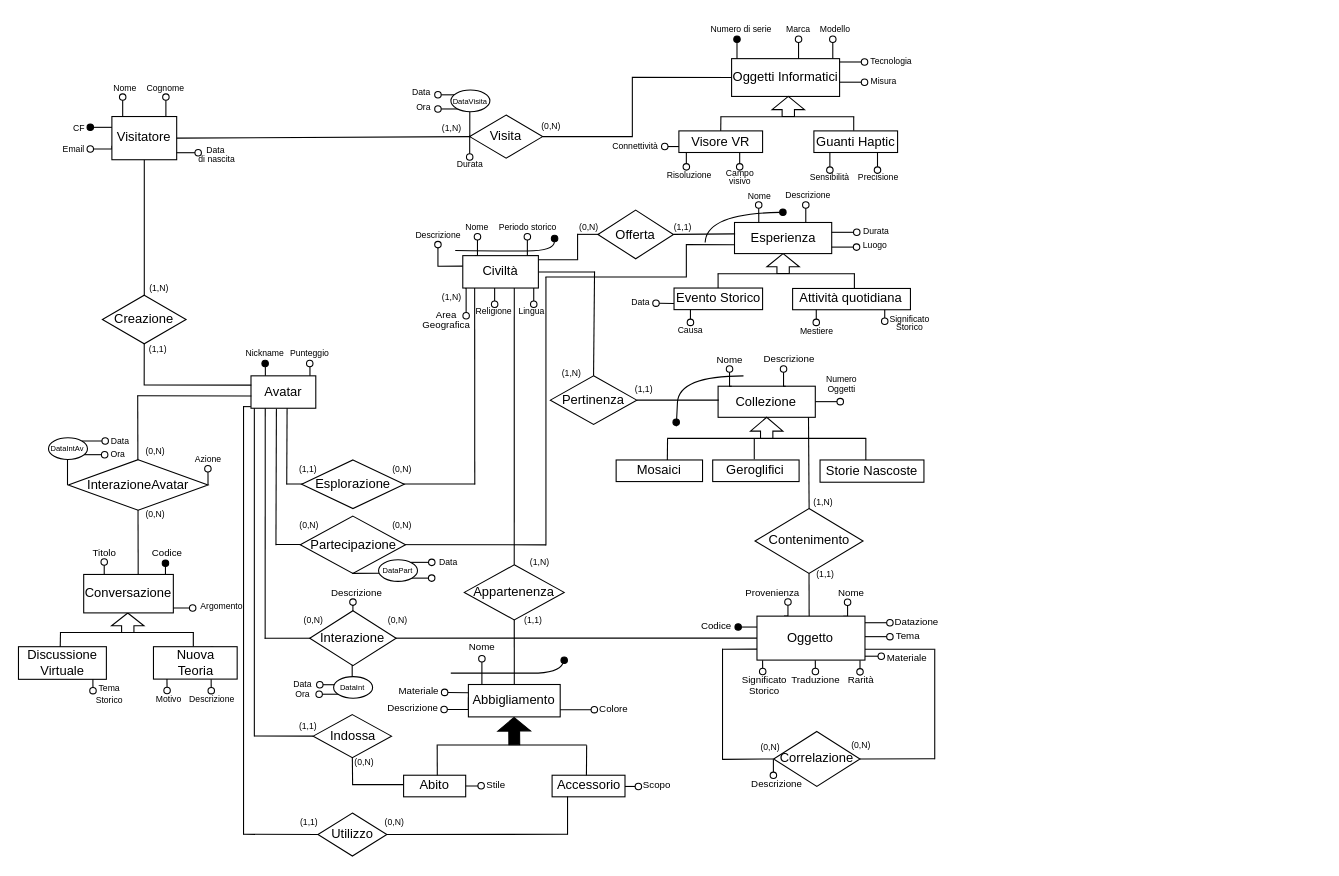
Before: WP1/ER canonico.drawio in pnocerino/BasiDiDati, a draw.io diagram. Source tidied: cells renumbered, new cells numbered last; positions are measured from the earlier drawing's top-left corner, leaving out a move shared by most shapes. Both pictures are drawn from the tidied source at 108%, with x=0, y=0 at pixel (18, 17).
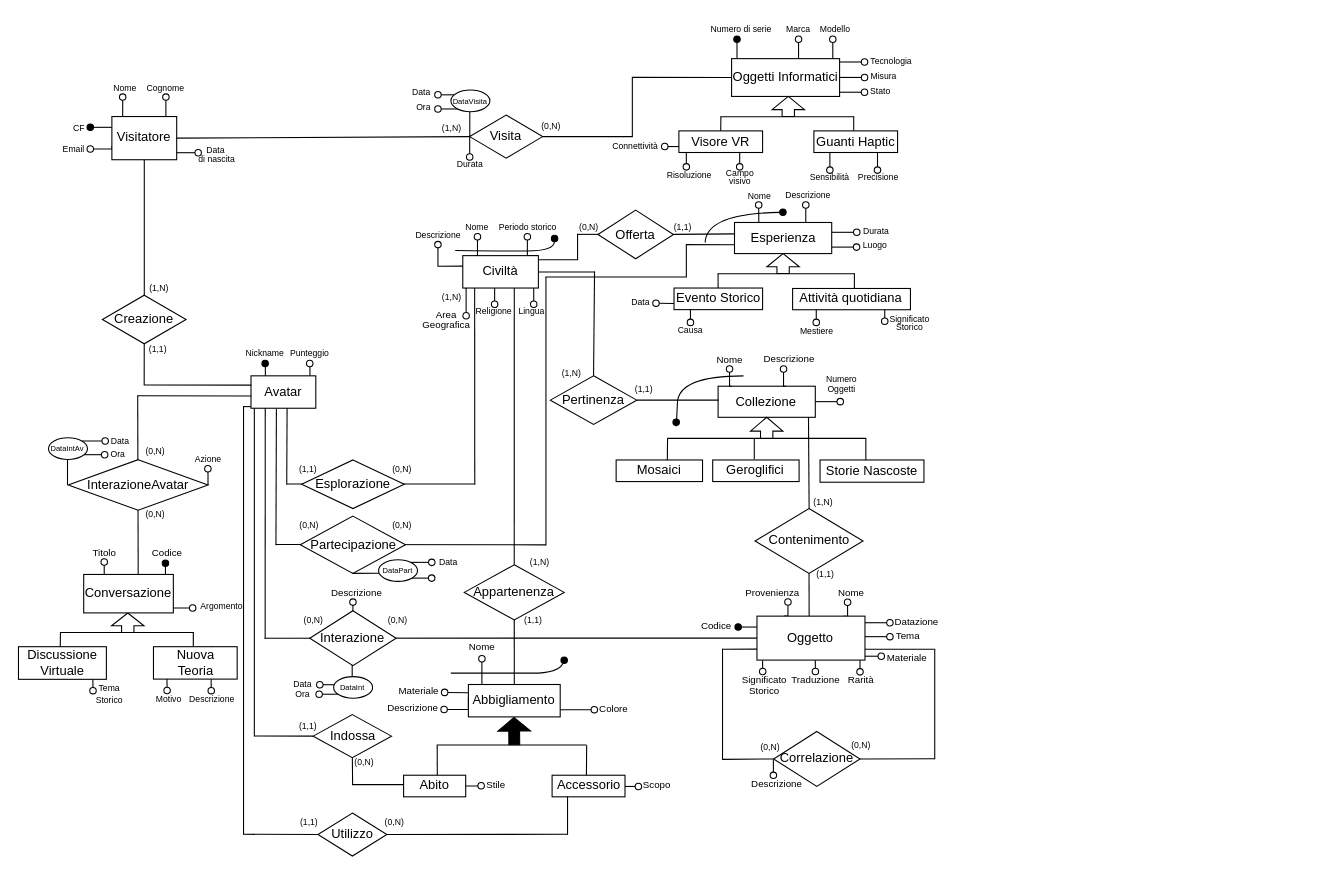
Above is the later version.

Change to the diagram source:
```diff
@@
     <mxCell id="19" value="&lt;font style=&quot;font-size: 8px;&quot;&gt;Misura&lt;/font&gt;" style="text;html=1;align=center;verticalAlign=middle;whiteSpace=wrap;rounded=1;strokeColor=none;" parent="1" vertex="1">
-      <mxGeometry x="776" y="47.6" width="50" height="21" as="geometry" />
+      <mxGeometry x="776" y="42" width="50" height="21" as="geometry" />
     </mxCell>
@@
     <mxCell id="90" style="edgeStyle=orthogonalEdgeStyle;rounded=0;orthogonalLoop=1;jettySize=auto;html=1;exitX=1;exitY=0.5;exitDx=0;exitDy=0;endArrow=oval;endFill=0;" parent="1" edge="1">
       <mxGeometry relative="1" as="geometry">
-        <mxPoint x="759.9" y="59.6" as="sourcePoint" />
-        <mxPoint x="783" y="59.6" as="targetPoint" />
+        <mxPoint x="759.9" y="55.2" as="sourcePoint" />
+        <mxPoint x="783" y="55.2" as="targetPoint" />
       </mxGeometry>
     </mxCell>
@@
+    <mxCell id="277" style="edgeStyle=orthogonalEdgeStyle;rounded=0;orthogonalLoop=1;jettySize=auto;html=1;exitX=1;exitY=0.5;exitDx=0;exitDy=0;endArrow=oval;endFill=0;" parent="1" edge="1">
+      <mxGeometry relative="1" as="geometry">
+        <mxPoint x="759.9" y="68.9" as="sourcePoint" />
+        <mxPoint x="783" y="68.9" as="targetPoint" />
+      </mxGeometry>
+    </mxCell>
+    <mxCell id="278" value="&lt;span style=&quot;font-size: 8px;&quot;&gt;Stato&lt;/span&gt;" style="text;html=1;align=center;verticalAlign=middle;whiteSpace=wrap;rounded=1;strokeColor=none;" parent="1" vertex="1">
+      <mxGeometry x="772.6" y="56" width="50" height="21" as="geometry" />
+    </mxCell>
```
